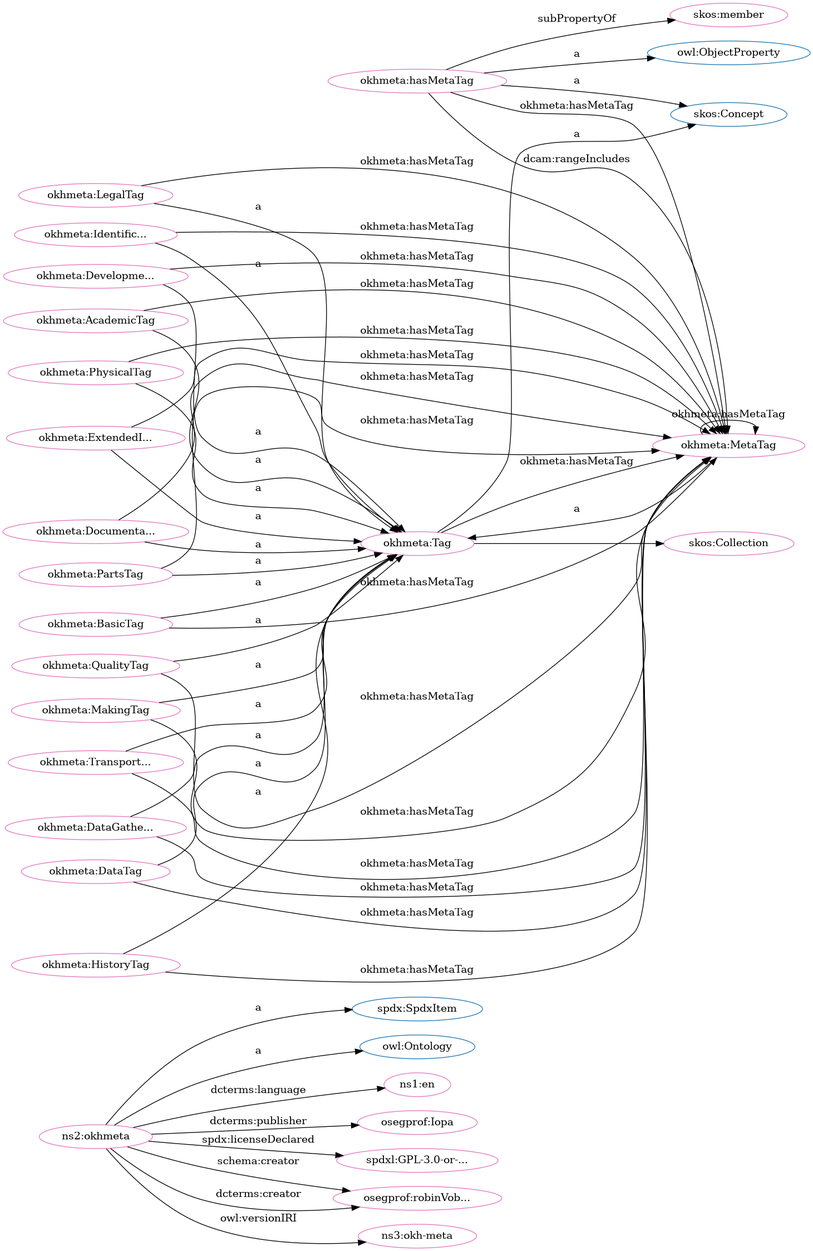
The Graphviz diagram src/spec/dot_okh-meta.png in iop-alliance/OpenKnowHow, before a commit. Its source is kept beside it as src/spec/dot_okh-meta.dot.
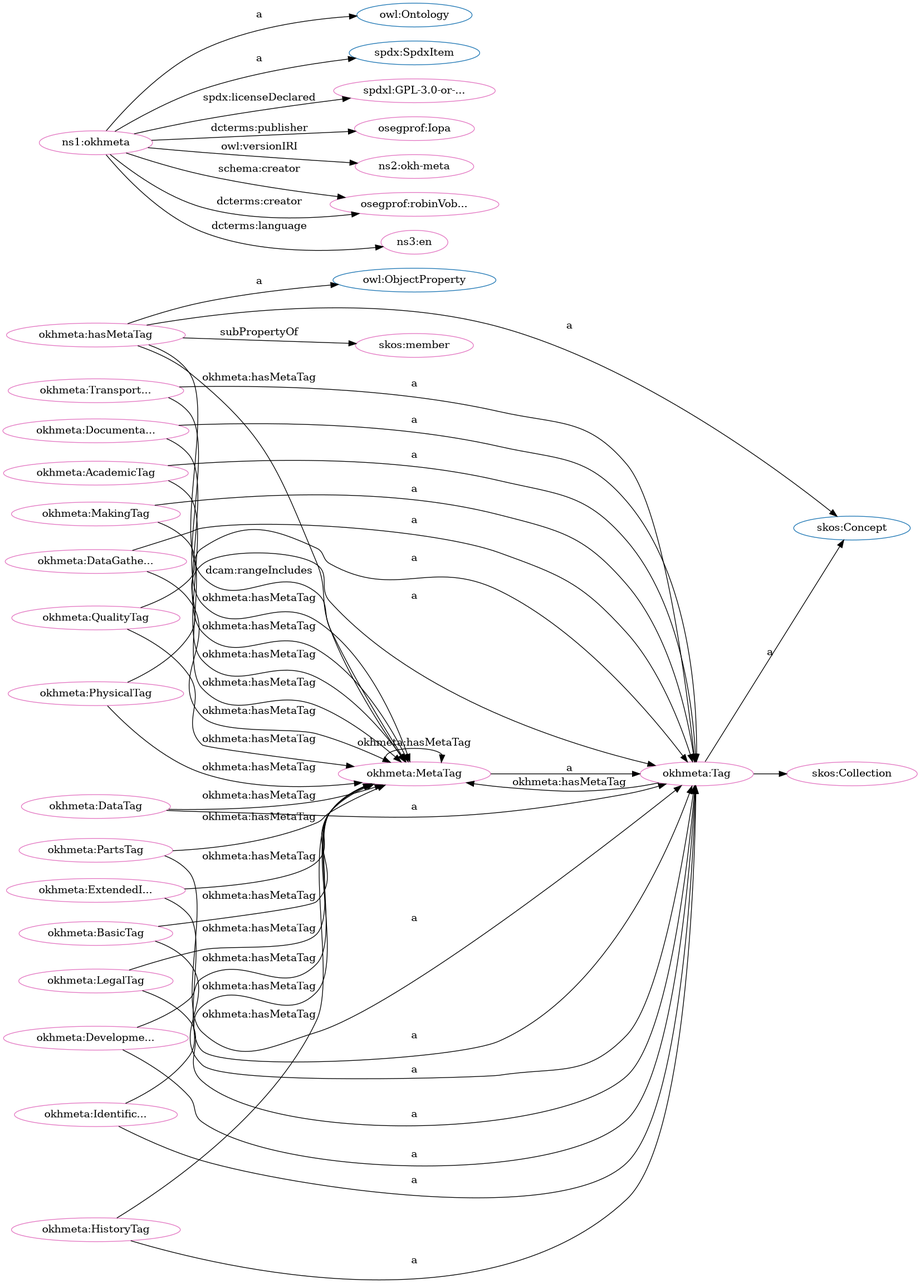
After the change.

Diff of the diagram source:
```diff
@@ -1,84 +1,84 @@
 digraph G {
   rankdir=BT
   node[height=.3]
-"http://spdx.org/rdf/terms#SpdxItem" [fillcolor="#1f77b4" color="#1f77b4" label="spdx:SpdxItem"]
+"http://www.w3.org/2002/07/owl#ObjectProperty" [fillcolor="#1f77b4" color="#1f77b4" label="owl:ObjectProperty"]
+"http://w3id.org/oseg/ont/okhmeta#Tag" [fillcolor="#1f77b4" color="#1f77b4" label="okhmeta:Tag"]
 "http://www.w3.org/2004/02/skos/core#Collection" [fillcolor="#1f77b4" color="#1f77b4" label="skos:Collection"]
-"http://www.w3.org/2002/07/owl#ObjectProperty" [fillcolor="#1f77b4" color="#1f77b4" label="owl:ObjectProperty"]
 "http://www.w3.org/2004/02/skos/core#Concept" [fillcolor="#1f77b4" color="#1f77b4" label="skos:Concept"]
 "http://www.w3.org/2002/07/owl#Ontology" [fillcolor="#1f77b4" color="#1f77b4" label="owl:Ontology"]
-"http://w3id.org/oseg/ont/okhmeta#Tag" [fillcolor="#1f77b4" color="#1f77b4" label="okhmeta:Tag"]
+"http://spdx.org/rdf/terms#SpdxItem" [fillcolor="#1f77b4" color="#1f77b4" label="spdx:SpdxItem"]
 "http://w3id.org/oseg/ont/okhmeta#MetaTag" [fillcolor="#e377c2" color="#e377c2" label="okhmeta:MetaTag"]
-"http://id.loc.gov/vocabulary/iso639-1/en" [fillcolor="#e377c2" color="#e377c2" label="ns1:en"]
+"http://spdx.org/licenses/GPL-3.0-or-later" [fillcolor="#e377c2" color="#e377c2" label="spdxl:GPL-3.0-or-..."]
 "http://w3id.org/oseg/ont/okhmeta#hasMetaTag" [fillcolor="#e377c2" color="#e377c2" label="okhmeta:hasMetaTag"]
 "http://w3id.org/oseg/ont/okhmeta#MakingTag" [fillcolor="#e377c2" color="#e377c2" label="okhmeta:MakingTag"]
+"http://w3id.org/oseg/ont/okhmeta#HistoryTag" [fillcolor="#e377c2" color="#e377c2" label="okhmeta:HistoryTag"]
+"http://w3id.org/oseg/ont/okhmeta#DataGatheringTag" [fillcolor="#e377c2" color="#e377c2" label="okhmeta:DataGathe..."]
+"http://w3id.org/oseg/ont/okhmeta#BasicTag" [fillcolor="#e377c2" color="#e377c2" label="okhmeta:BasicTag"]
+"http://w3id.org/oseg/ont/okhmeta#DataTag" [fillcolor="#e377c2" color="#e377c2" label="okhmeta:DataTag"]
+"http://w3id.org/oseg/ont/oseg-profiles#Iopa" [fillcolor="#e377c2" color="#e377c2" label="osegprof:Iopa"]
+"http://w3id.org/oseg/ont/okhmeta#DocumentationTag" [fillcolor="#e377c2" color="#e377c2" label="okhmeta:Documenta..."]
+"http://w3id.org/oseg/ont/okhmeta" [fillcolor="#e377c2" color="#e377c2" label="ns1:okhmeta"]
+"http://w3id.org/oseg/ont/okhmeta#PhysicalTag" [fillcolor="#e377c2" color="#e377c2" label="okhmeta:PhysicalTag"]
+"http://w3id.org/oseg/ont/okhmeta#AcademicTag" [fillcolor="#e377c2" color="#e377c2" label="okhmeta:AcademicTag"]
+"http://w3id.org/oseg/ont/okhmeta#IdentificationTag" [fillcolor="#e377c2" color="#e377c2" label="okhmeta:Identific..."]
+"http://w3id.org/oseg/ont/1.1.0/okh-meta" [fillcolor="#e377c2" color="#e377c2" label="ns2:okh-meta"]
+"http://w3id.org/oseg/ont/oseg-profiles#robinVobruba" [fillcolor="#e377c2" color="#e377c2" label="osegprof:robinVob..."]
+"http://w3id.org/oseg/ont/okhmeta#PartsTag" [fillcolor="#e377c2" color="#e377c2" label="okhmeta:PartsTag"]
+"http://www.w3.org/2004/02/skos/core#Collection" [fillcolor="#e377c2" color="#e377c2" label="skos:Collection"]
+"http://w3id.org/oseg/ont/okhmeta#Tag" [fillcolor="#e377c2" color="#e377c2" label="okhmeta:Tag"]
+"http://w3id.org/oseg/ont/okhmeta#TransportationTag" [fillcolor="#e377c2" color="#e377c2" label="okhmeta:Transport..."]
+"http://id.loc.gov/vocabulary/iso639-1/en" [fillcolor="#e377c2" color="#e377c2" label="ns3:en"]
+"http://www.w3.org/2004/02/skos/core#member" [fillcolor="#e377c2" color="#e377c2" label="skos:member"]
+"http://w3id.org/oseg/ont/okhmeta#ExtendedInfoTag" [fillcolor="#e377c2" color="#e377c2" label="okhmeta:ExtendedI..."]
+"http://w3id.org/oseg/ont/okhmeta#LegalTag" [fillcolor="#e377c2" color="#e377c2" label="okhmeta:LegalTag"]
 "http://w3id.org/oseg/ont/okhmeta#DevelopmentTag" [fillcolor="#e377c2" color="#e377c2" label="okhmeta:Developme..."]
-"http://w3id.org/oseg/ont/okhmeta#Tag" [fillcolor="#e377c2" color="#e377c2" label="okhmeta:Tag"]
-"http://w3id.org/oseg/ont/okhmeta#LegalTag" [fillcolor="#e377c2" color="#e377c2" label="okhmeta:LegalTag"]
 "http://w3id.org/oseg/ont/okhmeta#QualityTag" [fillcolor="#e377c2" color="#e377c2" label="okhmeta:QualityTag"]
-"http://w3id.org/oseg/ont/okhmeta#ExtendedInfoTag" [fillcolor="#e377c2" color="#e377c2" label="okhmeta:ExtendedI..."]
-"http://w3id.org/oseg/ont/okhmeta#IdentificationTag" [fillcolor="#e377c2" color="#e377c2" label="okhmeta:Identific..."]
-"http://w3id.org/oseg/ont/okhmeta" [fillcolor="#e377c2" color="#e377c2" label="ns2:okhmeta"]
-"http://w3id.org/oseg/ont/oseg-profiles#Iopa" [fillcolor="#e377c2" color="#e377c2" label="osegprof:Iopa"]
-"http://w3id.org/oseg/ont/okhmeta#DataTag" [fillcolor="#e377c2" color="#e377c2" label="okhmeta:DataTag"]
-"http://spdx.org/licenses/GPL-3.0-or-later" [fillcolor="#e377c2" color="#e377c2" label="spdxl:GPL-3.0-or-..."]
-"http://w3id.org/oseg/ont/oseg-profiles#robinVobruba" [fillcolor="#e377c2" color="#e377c2" label="osegprof:robinVob..."]
-"http://www.w3.org/2004/02/skos/core#Collection" [fillcolor="#e377c2" color="#e377c2" label="skos:Collection"]
-"http://www.w3.org/2004/02/skos/core#member" [fillcolor="#e377c2" color="#e377c2" label="skos:member"]
-"http://w3id.org/oseg/ont/okhmeta#BasicTag" [fillcolor="#e377c2" color="#e377c2" label="okhmeta:BasicTag"]
-"http://w3id.org/oseg/ont/okhmeta#HistoryTag" [fillcolor="#e377c2" color="#e377c2" label="okhmeta:HistoryTag"]
-"http://w3id.org/oseg/ont/okhmeta#DocumentationTag" [fillcolor="#e377c2" color="#e377c2" label="okhmeta:Documenta..."]
-"http://w3id.org/oseg/ont/okhmeta#DataGatheringTag" [fillcolor="#e377c2" color="#e377c2" label="okhmeta:DataGathe..."]
-"http://w3id.org/oseg/ont/okhmeta#PartsTag" [fillcolor="#e377c2" color="#e377c2" label="okhmeta:PartsTag"]
-"http://w3id.org/oseg/ont/okhmeta#PhysicalTag" [fillcolor="#e377c2" color="#e377c2" label="okhmeta:PhysicalTag"]
-"http://w3id.org/oseg/ont/okhmeta#TransportationTag" [fillcolor="#e377c2" color="#e377c2" label="okhmeta:Transport..."]
-"http://w3id.org/oseg/ont/okhmeta#AcademicTag" [fillcolor="#e377c2" color="#e377c2" label="okhmeta:AcademicTag"]
-"http://w3id.org/oseg/ont/1.1.0/okh-meta" [fillcolor="#e377c2" color="#e377c2" label="ns3:okh-meta"]
-  "http://w3id.org/oseg/ont/okhmeta" -> "http://id.loc.gov/vocabulary/iso639-1/en" [label="dcterms:language"]
-  "http://w3id.org/oseg/ont/okhmeta#hasMetaTag" -> "http://www.w3.org/2002/07/owl#ObjectProperty" [label="a"]
+  "http://w3id.org/oseg/ont/okhmeta#BasicTag" -> "http://w3id.org/oseg/ont/okhmeta#MetaTag" [label="okhmeta:hasMetaTag"]
+  "http://w3id.org/oseg/ont/okhmeta#MetaTag" -> "http://w3id.org/oseg/ont/okhmeta#MetaTag" [label="okhmeta:hasMetaTag"]
+  "http://w3id.org/oseg/ont/okhmeta#ExtendedInfoTag" -> "http://w3id.org/oseg/ont/okhmeta#MetaTag" [label="okhmeta:hasMetaTag"]
+  "http://w3id.org/oseg/ont/okhmeta#HistoryTag" -> "http://w3id.org/oseg/ont/okhmeta#Tag" [label="a"]
+  "http://w3id.org/oseg/ont/okhmeta#DataGatheringTag" -> "http://w3id.org/oseg/ont/okhmeta#Tag" [label="a"]
   "http://w3id.org/oseg/ont/okhmeta#AcademicTag" -> "http://w3id.org/oseg/ont/okhmeta#MetaTag" [label="okhmeta:hasMetaTag"]
-  "http://w3id.org/oseg/ont/okhmeta#BasicTag" -> "http://w3id.org/oseg/ont/okhmeta#MetaTag" [label="okhmeta:hasMetaTag"]
-  "http://w3id.org/oseg/ont/okhmeta#MakingTag" -> "http://w3id.org/oseg/ont/okhmeta#Tag" [label="a"]
-  "http://w3id.org/oseg/ont/okhmeta#DevelopmentTag" -> "http://w3id.org/oseg/ont/okhmeta#Tag" [label="a"]
+  "http://w3id.org/oseg/ont/okhmeta#DevelopmentTag" -> "http://w3id.org/oseg/ont/okhmeta#MetaTag" [label="okhmeta:hasMetaTag"]
+  "http://w3id.org/oseg/ont/okhmeta#BasicTag" -> "http://w3id.org/oseg/ont/okhmeta#Tag" [label="a"]
+  "http://w3id.org/oseg/ont/okhmeta" -> "http://w3id.org/oseg/ont/oseg-profiles#Iopa" [label="dcterms:publisher"]
+  "http://w3id.org/oseg/ont/okhmeta#MetaTag" -> "http://w3id.org/oseg/ont/okhmeta#Tag" [label="a"]
+  "http://w3id.org/oseg/ont/okhmeta#AcademicTag" -> "http://w3id.org/oseg/ont/okhmeta#Tag" [label="a"]
   "http://w3id.org/oseg/ont/okhmeta#MakingTag" -> "http://w3id.org/oseg/ont/okhmeta#MetaTag" [label="okhmeta:hasMetaTag"]
   "http://w3id.org/oseg/ont/okhmeta#hasMetaTag" -> "http://w3id.org/oseg/ont/okhmeta#MetaTag" [label="okhmeta:hasMetaTag"]
+  "http://w3id.org/oseg/ont/okhmeta" -> "http://w3id.org/oseg/ont/oseg-profiles#robinVobruba" [label="schema:creator"]
+  "http://w3id.org/oseg/ont/okhmeta#PartsTag" -> "http://w3id.org/oseg/ont/okhmeta#Tag" [label="a"]
+  "http://w3id.org/oseg/ont/okhmeta" -> "http://w3id.org/oseg/ont/oseg-profiles#robinVobruba" [label="dcterms:creator"]
+  "http://w3id.org/oseg/ont/okhmeta#Tag" -> "http://www.w3.org/2004/02/skos/core#Collection" [label=""]
+  "http://w3id.org/oseg/ont/okhmeta#hasMetaTag" -> "http://www.w3.org/2004/02/skos/core#member" [label="subPropertyOf"]
   "http://w3id.org/oseg/ont/okhmeta#Tag" -> "http://w3id.org/oseg/ont/okhmeta#MetaTag" [label="okhmeta:hasMetaTag"]
-  "http://w3id.org/oseg/ont/okhmeta#IdentificationTag" -> "http://w3id.org/oseg/ont/okhmeta#Tag" [label="a"]
   "http://w3id.org/oseg/ont/okhmeta#PhysicalTag" -> "http://w3id.org/oseg/ont/okhmeta#MetaTag" [label="okhmeta:hasMetaTag"]
-  "http://w3id.org/oseg/ont/okhmeta" -> "http://spdx.org/rdf/terms#SpdxItem" [label="a"]
-  "http://w3id.org/oseg/ont/okhmeta#PartsTag" -> "http://w3id.org/oseg/ont/okhmeta#MetaTag" [label="okhmeta:hasMetaTag"]
+  "http://w3id.org/oseg/ont/okhmeta#ExtendedInfoTag" -> "http://w3id.org/oseg/ont/okhmeta#Tag" [label="a"]
+  "http://w3id.org/oseg/ont/okhmeta#IdentificationTag" -> "http://w3id.org/oseg/ont/okhmeta#MetaTag" [label="okhmeta:hasMetaTag"]
+  "http://w3id.org/oseg/ont/okhmeta#DevelopmentTag" -> "http://w3id.org/oseg/ont/okhmeta#Tag" [label="a"]
   "http://w3id.org/oseg/ont/okhmeta#DataGatheringTag" -> "http://w3id.org/oseg/ont/okhmeta#MetaTag" [label="okhmeta:hasMetaTag"]
   "http://w3id.org/oseg/ont/okhmeta" -> "http://spdx.org/licenses/GPL-3.0-or-later" [label="spdx:licenseDeclared"]
-  "http://w3id.org/oseg/ont/okhmeta" -> "http://w3id.org/oseg/ont/oseg-profiles#robinVobruba" [label="schema:creator"]
-  "http://w3id.org/oseg/ont/okhmeta#BasicTag" -> "http://w3id.org/oseg/ont/okhmeta#Tag" [label="a"]
-  "http://w3id.org/oseg/ont/okhmeta#HistoryTag" -> "http://w3id.org/oseg/ont/okhmeta#Tag" [label="a"]
+  "http://w3id.org/oseg/ont/okhmeta#hasMetaTag" -> "http://www.w3.org/2004/02/skos/core#Concept" [label="a"]
+  "http://w3id.org/oseg/ont/okhmeta#MakingTag" -> "http://w3id.org/oseg/ont/okhmeta#Tag" [label="a"]
+  "http://w3id.org/oseg/ont/okhmeta#LegalTag" -> "http://w3id.org/oseg/ont/okhmeta#MetaTag" [label="okhmeta:hasMetaTag"]
+  "http://w3id.org/oseg/ont/okhmeta#hasMetaTag" -> "http://www.w3.org/2002/07/owl#ObjectProperty" [label="a"]
+  "http://w3id.org/oseg/ont/okhmeta#DataTag" -> "http://w3id.org/oseg/ont/okhmeta#Tag" [label="a"]
   "http://w3id.org/oseg/ont/okhmeta#DocumentationTag" -> "http://w3id.org/oseg/ont/okhmeta#Tag" [label="a"]
+  "http://w3id.org/oseg/ont/okhmeta#PartsTag" -> "http://w3id.org/oseg/ont/okhmeta#MetaTag" [label="okhmeta:hasMetaTag"]
   "http://w3id.org/oseg/ont/okhmeta" -> "http://www.w3.org/2002/07/owl#Ontology" [label="a"]
-  "http://w3id.org/oseg/ont/okhmeta#DataGatheringTag" -> "http://w3id.org/oseg/ont/okhmeta#Tag" [label="a"]
-  "http://w3id.org/oseg/ont/okhmeta#hasMetaTag" -> "http://www.w3.org/2004/02/skos/core#Concept" [label="a"]
+  "http://w3id.org/oseg/ont/okhmeta#PhysicalTag" -> "http://w3id.org/oseg/ont/okhmeta#Tag" [label="a"]
+  "http://w3id.org/oseg/ont/okhmeta" -> "http://spdx.org/rdf/terms#SpdxItem" [label="a"]
+  "http://w3id.org/oseg/ont/okhmeta#IdentificationTag" -> "http://w3id.org/oseg/ont/okhmeta#Tag" [label="a"]
+  "http://w3id.org/oseg/ont/okhmeta" -> "http://w3id.org/oseg/ont/1.1.0/okh-meta" [label="owl:versionIRI"]
+  "http://w3id.org/oseg/ont/okhmeta#TransportationTag" -> "http://w3id.org/oseg/ont/okhmeta#MetaTag" [label="okhmeta:hasMetaTag"]
   "http://w3id.org/oseg/ont/okhmeta#HistoryTag" -> "http://w3id.org/oseg/ont/okhmeta#MetaTag" [label="okhmeta:hasMetaTag"]
-  "http://w3id.org/oseg/ont/okhmeta#MetaTag" -> "http://w3id.org/oseg/ont/okhmeta#Tag" [label="a"]
-  "http://w3id.org/oseg/ont/okhmeta#PhysicalTag" -> "http://w3id.org/oseg/ont/okhmeta#Tag" [label="a"]
-  "http://w3id.org/oseg/ont/okhmeta#DevelopmentTag" -> "http://w3id.org/oseg/ont/okhmeta#MetaTag" [label="okhmeta:hasMetaTag"]
+  "http://w3id.org/oseg/ont/okhmeta#TransportationTag" -> "http://w3id.org/oseg/ont/okhmeta#Tag" [label="a"]
+  "http://w3id.org/oseg/ont/okhmeta#Tag" -> "http://www.w3.org/2004/02/skos/core#Concept" [label="a"]
   "http://w3id.org/oseg/ont/okhmeta#DocumentationTag" -> "http://w3id.org/oseg/ont/okhmeta#MetaTag" [label="okhmeta:hasMetaTag"]
-  "http://w3id.org/oseg/ont/okhmeta" -> "http://w3id.org/oseg/ont/1.1.0/okh-meta" [label="owl:versionIRI"]
+  "http://w3id.org/oseg/ont/okhmeta" -> "http://id.loc.gov/vocabulary/iso639-1/en" [label="dcterms:language"]
+  "http://w3id.org/oseg/ont/okhmeta#QualityTag" -> "http://w3id.org/oseg/ont/okhmeta#MetaTag" [label="okhmeta:hasMetaTag"]
+  "http://w3id.org/oseg/ont/okhmeta#LegalTag" -> "http://w3id.org/oseg/ont/okhmeta#Tag" [label="a"]
+  "http://w3id.org/oseg/ont/okhmeta#hasMetaTag" -> "http://w3id.org/oseg/ont/okhmeta#MetaTag" [label="dcam:rangeIncludes"]
   "http://w3id.org/oseg/ont/okhmeta#DataTag" -> "http://w3id.org/oseg/ont/okhmeta#MetaTag" [label="okhmeta:hasMetaTag"]
-  "http://w3id.org/oseg/ont/okhmeta#ExtendedInfoTag" -> "http://w3id.org/oseg/ont/okhmeta#MetaTag" [label="okhmeta:hasMetaTag"]
-  "http://w3id.org/oseg/ont/okhmeta#Tag" -> "http://www.w3.org/2004/02/skos/core#Concept" [label="a"]
-  "http://w3id.org/oseg/ont/okhmeta#LegalTag" -> "http://w3id.org/oseg/ont/okhmeta#Tag" [label="a"]
   "http://w3id.org/oseg/ont/okhmeta#QualityTag" -> "http://w3id.org/oseg/ont/okhmeta#Tag" [label="a"]
-  "http://w3id.org/oseg/ont/okhmeta#ExtendedInfoTag" -> "http://w3id.org/oseg/ont/okhmeta#Tag" [label="a"]
-  "http://w3id.org/oseg/ont/okhmeta" -> "http://w3id.org/oseg/ont/oseg-profiles#Iopa" [label="dcterms:publisher"]
-  "http://w3id.org/oseg/ont/okhmeta#DataTag" -> "http://w3id.org/oseg/ont/okhmeta#Tag" [label="a"]
-  "http://w3id.org/oseg/ont/okhmeta#QualityTag" -> "http://w3id.org/oseg/ont/okhmeta#MetaTag" [label="okhmeta:hasMetaTag"]
-  "http://w3id.org/oseg/ont/okhmeta#Tag" -> "http://www.w3.org/2004/02/skos/core#Collection" [label=""]
-  "http://w3id.org/oseg/ont/okhmeta#hasMetaTag" -> "http://www.w3.org/2004/02/skos/core#member" [label="subPropertyOf"]
-  "http://w3id.org/oseg/ont/okhmeta#LegalTag" -> "http://w3id.org/oseg/ont/okhmeta#MetaTag" [label="okhmeta:hasMetaTag"]
-  "http://w3id.org/oseg/ont/okhmeta#hasMetaTag" -> "http://w3id.org/oseg/ont/okhmeta#MetaTag" [label="dcam:rangeIncludes"]
-  "http://w3id.org/oseg/ont/okhmeta#PartsTag" -> "http://w3id.org/oseg/ont/okhmeta#Tag" [label="a"]
-  "http://w3id.org/oseg/ont/okhmeta" -> "http://w3id.org/oseg/ont/oseg-profiles#robinVobruba" [label="dcterms:creator"]
-  "http://w3id.org/oseg/ont/okhmeta#TransportationTag" -> "http://w3id.org/oseg/ont/okhmeta#Tag" [label="a"]
-  "http://w3id.org/oseg/ont/okhmeta#MetaTag" -> "http://w3id.org/oseg/ont/okhmeta#MetaTag" [label="okhmeta:hasMetaTag"]
-  "http://w3id.org/oseg/ont/okhmeta#AcademicTag" -> "http://w3id.org/oseg/ont/okhmeta#Tag" [label="a"]
-  "http://w3id.org/oseg/ont/okhmeta#TransportationTag" -> "http://w3id.org/oseg/ont/okhmeta#MetaTag" [label="okhmeta:hasMetaTag"]
-  "http://w3id.org/oseg/ont/okhmeta#IdentificationTag" -> "http://w3id.org/oseg/ont/okhmeta#MetaTag" [label="okhmeta:hasMetaTag"]
 }
```
